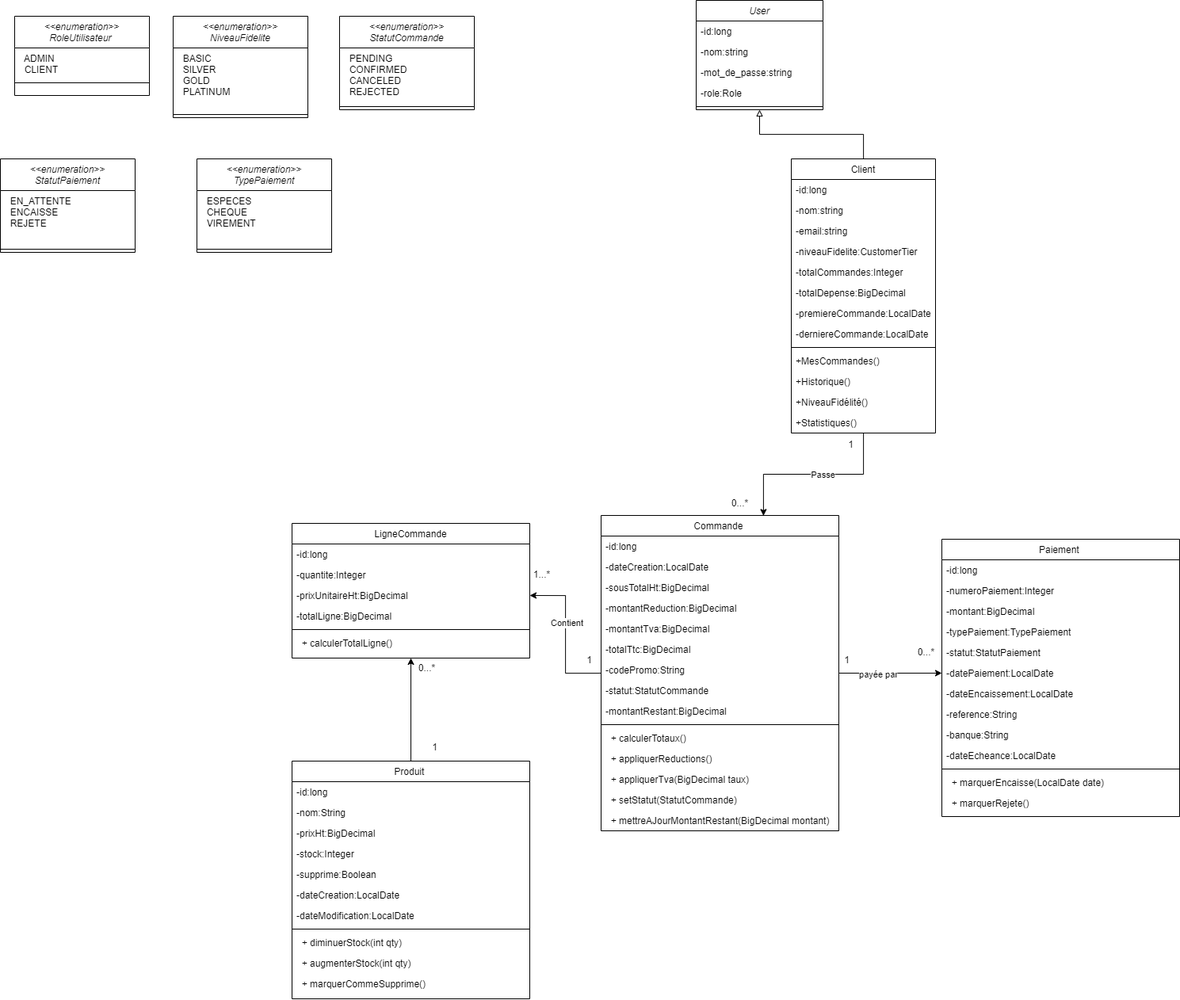
This is UML/SmartShop.png from Hichamelhmaydi/SmartShop, a draw.io export, as it was before one commit. Source tidied: cells renumbered, new cells last; positions are measured from the earlier drawing's top-left corner, leaving out a move shared by most shapes.
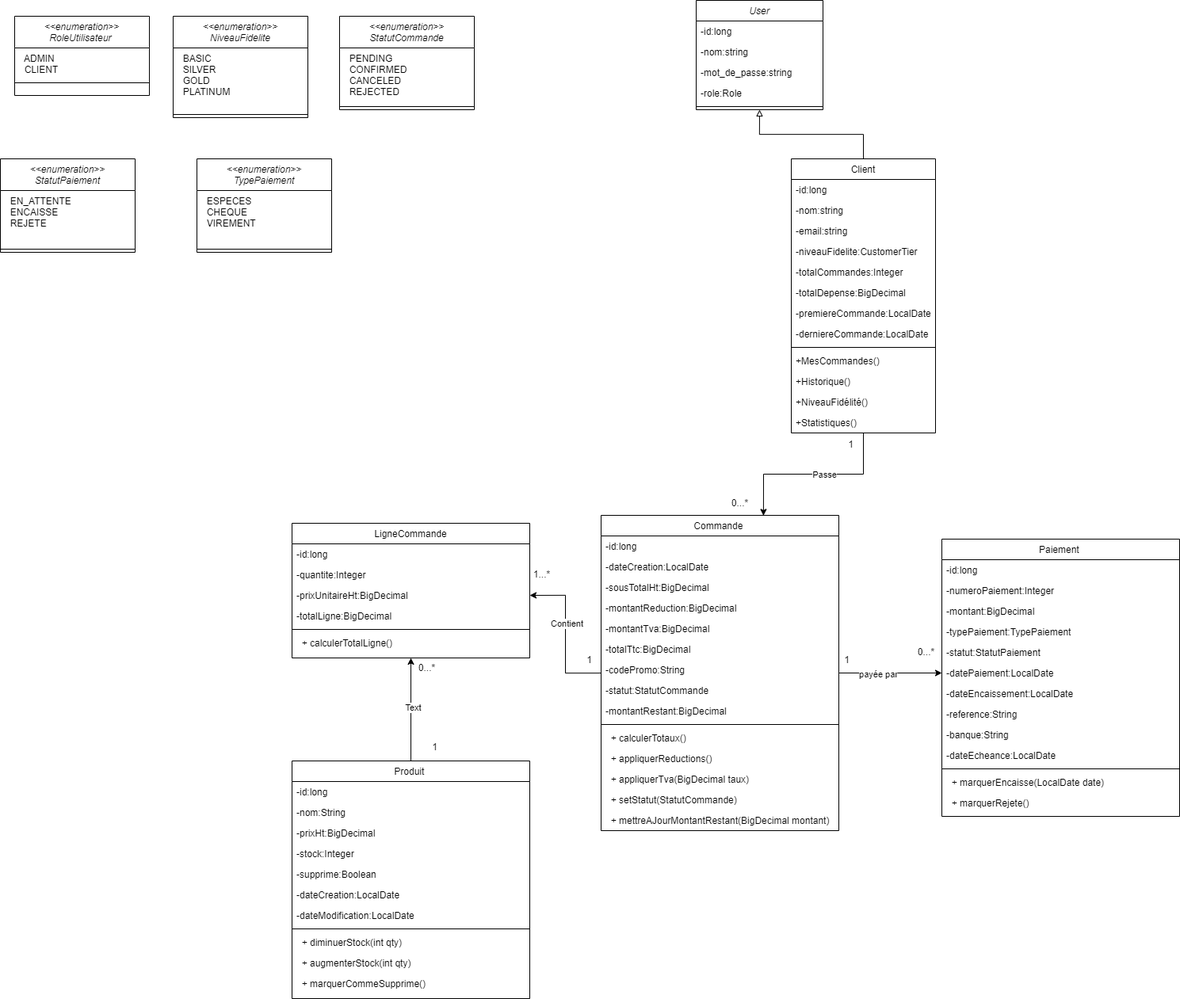
Later version of the same file.

Commit message:
add class diagram V2

What changed in the source:
```diff
@@ -260,6 +260,9 @@
     <mxCell id="87" style="edgeStyle=orthogonalEdgeStyle;rounded=0;jettySize=auto;html=1;entryX=0.5;entryY=1;entryDx=0;entryDy=0;" parent="1" edge="1" source="88" target="62">
       <mxGeometry relative="1" as="geometry" />
     </mxCell>
+    <mxCell id="102" value="Text" style="edgeLabel;html=1;align=center;verticalAlign=middle;" parent="87" vertex="1">
+      <mxGeometry x="0.07" y="-2" relative="1" as="geometry" />
+    </mxCell>
     <mxCell id="88" value="Produit " style="swimlane;fontStyle=0;align=center;verticalAlign=top;horizontal=1;startSize=26;rounded=0;shadow=0;strokeWidth=1;" parent="1" vertex="1">
       <mxGeometry x="368" y="960" width="300" height="300" as="geometry" />
     </mxCell>
```
